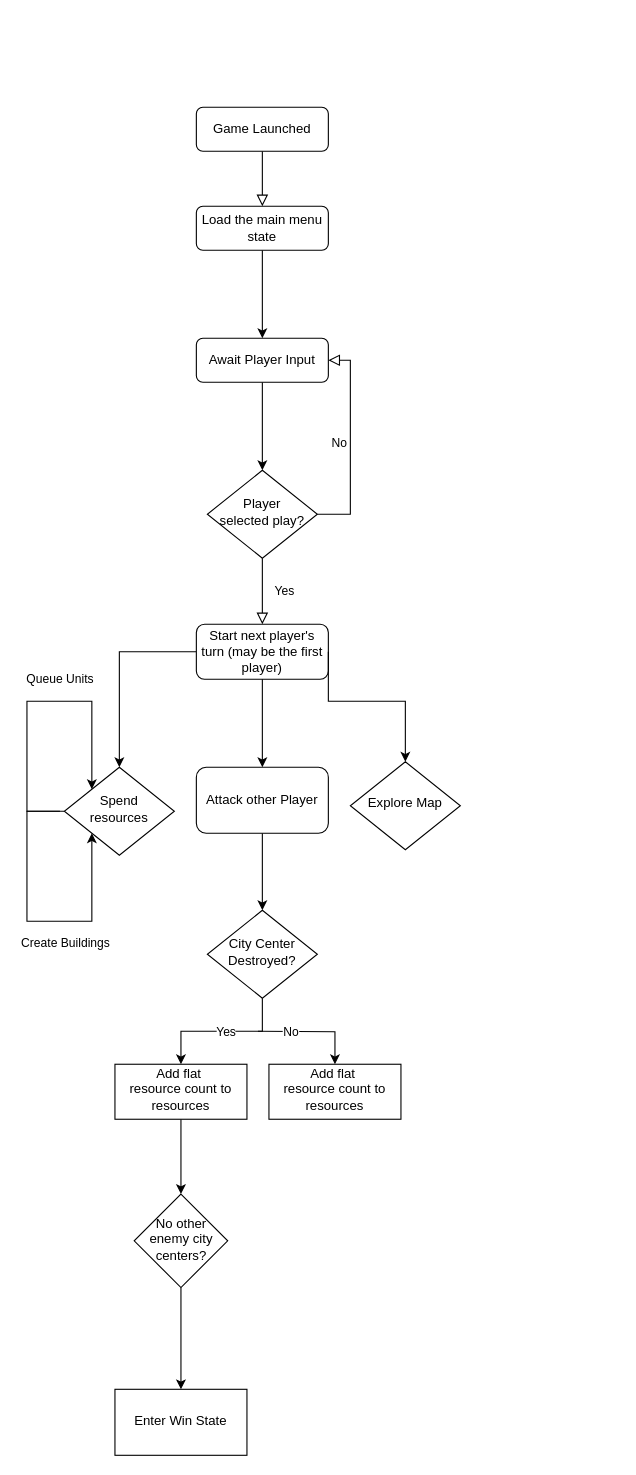
Earlier version of the draw.io diagram draw.io/Basic Game flow.drawio (bezmuth/civ-like-a). Source tidied: cells renumbered, new cells numbered last; positions are measured from the earlier drawing's top-left corner, leaving out a move shared by most shapes. Both pictures are drawn from the tidied source at 110%, with x=0, y=0 at pixel (26, 107).
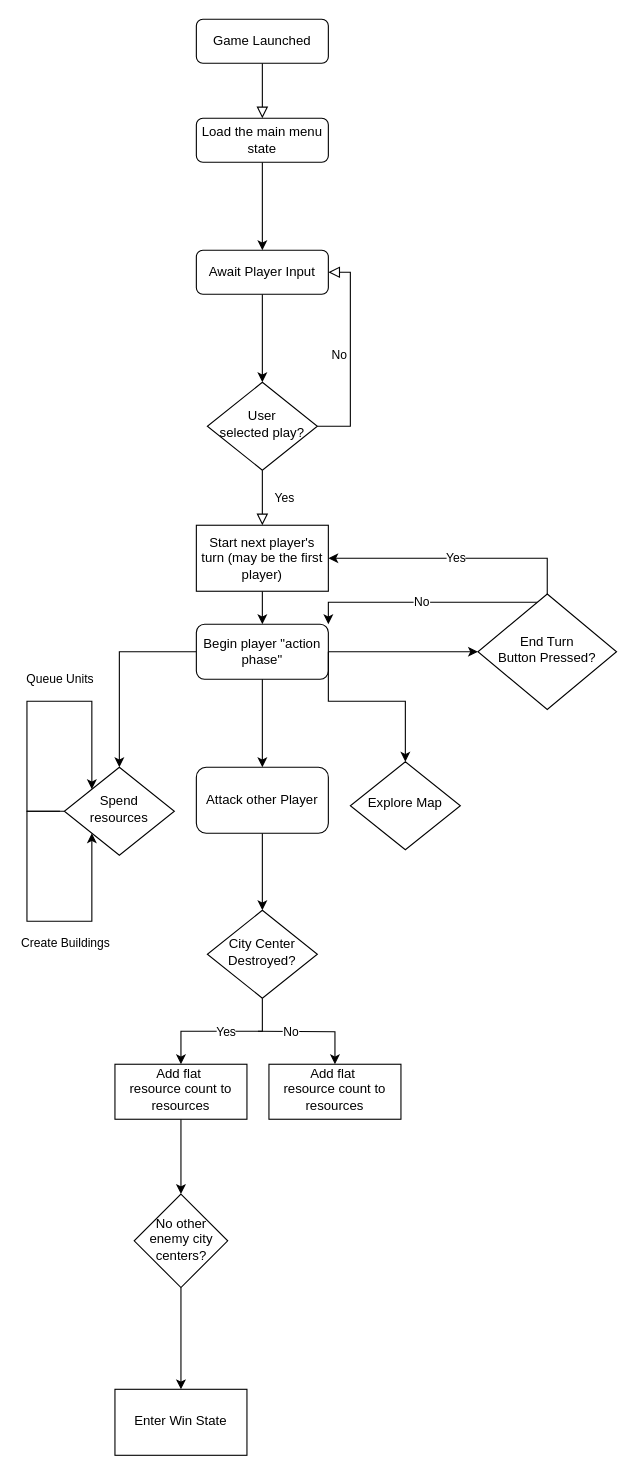
The same diagram, later.

What changed in the source:
```diff
@@
     <mxCell id="2" style="rounded=0;html=1;jettySize=auto;fontSize=11;endArrow=block;endFill=0;endSize=8;strokeWidth=1;shadow=0;labelBackgroundColor=none;edgeStyle=orthogonalEdgeStyle;" parent="1" edge="1" source="3">
       <mxGeometry relative="1" as="geometry">
-        <mxPoint x="214" y="90" as="targetPoint" />
+        <mxPoint x="214" y="10" as="targetPoint" />
       </mxGeometry>
     </mxCell>
     <mxCell id="3" value="Game Launched" style="rounded=1;whiteSpace=wrap;html=1;fontSize=12;glass=0;strokeWidth=1;shadow=0;" parent="1" vertex="1">
-      <mxGeometry x="154" width="120" height="40" as="geometry" />
+      <mxGeometry x="154" y="-80" width="120" height="40" as="geometry" />
     </mxCell>
-    <mxCell id="4" value="Yes" style="rounded=0;html=1;jettySize=auto;fontSize=11;endArrow=block;endFill=0;endSize=8;strokeWidth=1;shadow=0;labelBackgroundColor=none;edgeStyle=orthogonalEdgeStyle;entryX=0.5;entryY=0;entryDx=0;entryDy=0;" parent="1" edge="1" source="6" target="8">
+    <mxCell id="4" value="Yes" style="rounded=0;html=1;jettySize=auto;fontSize=11;endArrow=block;endFill=0;endSize=8;strokeWidth=1;shadow=0;labelBackgroundColor=none;edgeStyle=orthogonalEdgeStyle;entryX=0.5;entryY=0;entryDx=0;entryDy=0;" parent="1" edge="1" source="6" target="37">
       <mxGeometry y="20" relative="1" as="geometry" />
     </mxCell>
     <mxCell id="5" value="No" style="edgeStyle=orthogonalEdgeStyle;rounded=0;html=1;jettySize=auto;fontSize=11;endArrow=block;endFill=0;endSize=8;strokeWidth=1;shadow=0;labelBackgroundColor=none;entryX=1;entryY=0.5;entryDx=0;entryDy=0;" parent="1" edge="1" source="6" target="12">
       <mxGeometry y="10" relative="1" as="geometry">
         <Array as="points">
-          <mxPoint x="294" y="370" />
-          <mxPoint x="294" y="230" />
+          <mxPoint x="294" y="290" />
+          <mxPoint x="294" y="150" />
         </Array>
       </mxGeometry>
     </mxCell>
-    <mxCell id="6" value="Player &lt;br&gt;selected play?" style="rhombus;whiteSpace=wrap;html=1;shadow=0;fontFamily=Helvetica;fontSize=12;align=center;strokeWidth=1;spacing=6;spacingTop=-4;" parent="1" vertex="1">
-      <mxGeometry x="164" y="330" width="100" height="80" as="geometry" />
+    <mxCell id="6" value="User&lt;br&gt;selected play?" style="rhombus;whiteSpace=wrap;html=1;shadow=0;fontFamily=Helvetica;fontSize=12;align=center;strokeWidth=1;spacing=6;spacingTop=-4;" parent="1" vertex="1">
+      <mxGeometry x="164" y="250" width="100" height="80" as="geometry" />
     </mxCell>
@@
+    <mxCell id="32" style="edgeStyle=orthogonalEdgeStyle;rounded=0;jettySize=auto;html=1;entryX=0;entryY=0.5;entryDx=0;entryDy=0;" parent="1" edge="1" source="8" target="35">
+      <mxGeometry relative="1" as="geometry" />
+    </mxCell>
-    <mxCell id="8" value="Start next player's turn (may be the first player)" style="rounded=1;whiteSpace=wrap;html=1;fontSize=12;glass=0;strokeWidth=1;shadow=0;" parent="1" vertex="1">
+    <mxCell id="8" value="Begin player &quot;action phase&quot;" style="rounded=1;whiteSpace=wrap;html=1;fontSize=12;glass=0;strokeWidth=1;shadow=0;" parent="1" vertex="1">
       <mxGeometry x="154" y="470" width="120" height="50" as="geometry" />
     </mxCell>
@@
     <mxCell id="10" value="Load the main menu state" style="rounded=1;whiteSpace=wrap;html=1;fontSize=12;glass=0;strokeWidth=1;shadow=0;" parent="1" vertex="1">
-      <mxGeometry x="154" y="90" width="120" height="40" as="geometry" />
+      <mxGeometry x="154" y="10" width="120" height="40" as="geometry" />
     </mxCell>
@@
     <mxCell id="12" value="Await Player Input" style="rounded=1;whiteSpace=wrap;html=1;fontSize=12;glass=0;strokeWidth=1;shadow=0;" parent="1" vertex="1">
-      <mxGeometry x="154" y="210" width="120" height="40" as="geometry" />
+      <mxGeometry x="154" y="130" width="120" height="40" as="geometry" />
     </mxCell>
@@
+    <mxCell id="33" value="No" style="edgeStyle=orthogonalEdgeStyle;rounded=0;jettySize=auto;html=1;entryX=1;entryY=0;entryDx=0;entryDy=0;" parent="1" edge="1" source="35" target="8">
+      <mxGeometry relative="1" as="geometry">
+        <Array as="points">
+          <mxPoint x="274" y="450" />
+        </Array>
+      </mxGeometry>
+    </mxCell>
+    <mxCell id="34" value="Yes" style="edgeStyle=orthogonalEdgeStyle;rounded=0;jettySize=auto;html=1;entryX=1;entryY=0.5;entryDx=0;entryDy=0;" parent="1" edge="1" source="35" target="37">
+      <mxGeometry relative="1" as="geometry">
+        <Array as="points">
+          <mxPoint x="473" y="410" />
+        </Array>
+      </mxGeometry>
+    </mxCell>
+    <mxCell id="35" value="End Turn &lt;br&gt;Button Pressed?" style="rhombus;whiteSpace=wrap;html=1;shadow=0;fontFamily=Helvetica;fontSize=12;align=center;strokeWidth=1;spacing=6;spacingTop=-4;" parent="1" vertex="1">
+      <mxGeometry x="410" y="442.5" width="126" height="105" as="geometry" />
+    </mxCell>
+    <mxCell id="36" style="edgeStyle=orthogonalEdgeStyle;rounded=0;jettySize=auto;html=1;" parent="1" edge="1" source="37" target="8">
+      <mxGeometry relative="1" as="geometry" />
+    </mxCell>
+    <mxCell id="37" value="Start next player's turn (may be the first player)" style="rounded=0;whiteSpace=wrap;html=1;" parent="1" vertex="1">
+      <mxGeometry x="154" y="380" width="120" height="60" as="geometry" />
+    </mxCell>
```
